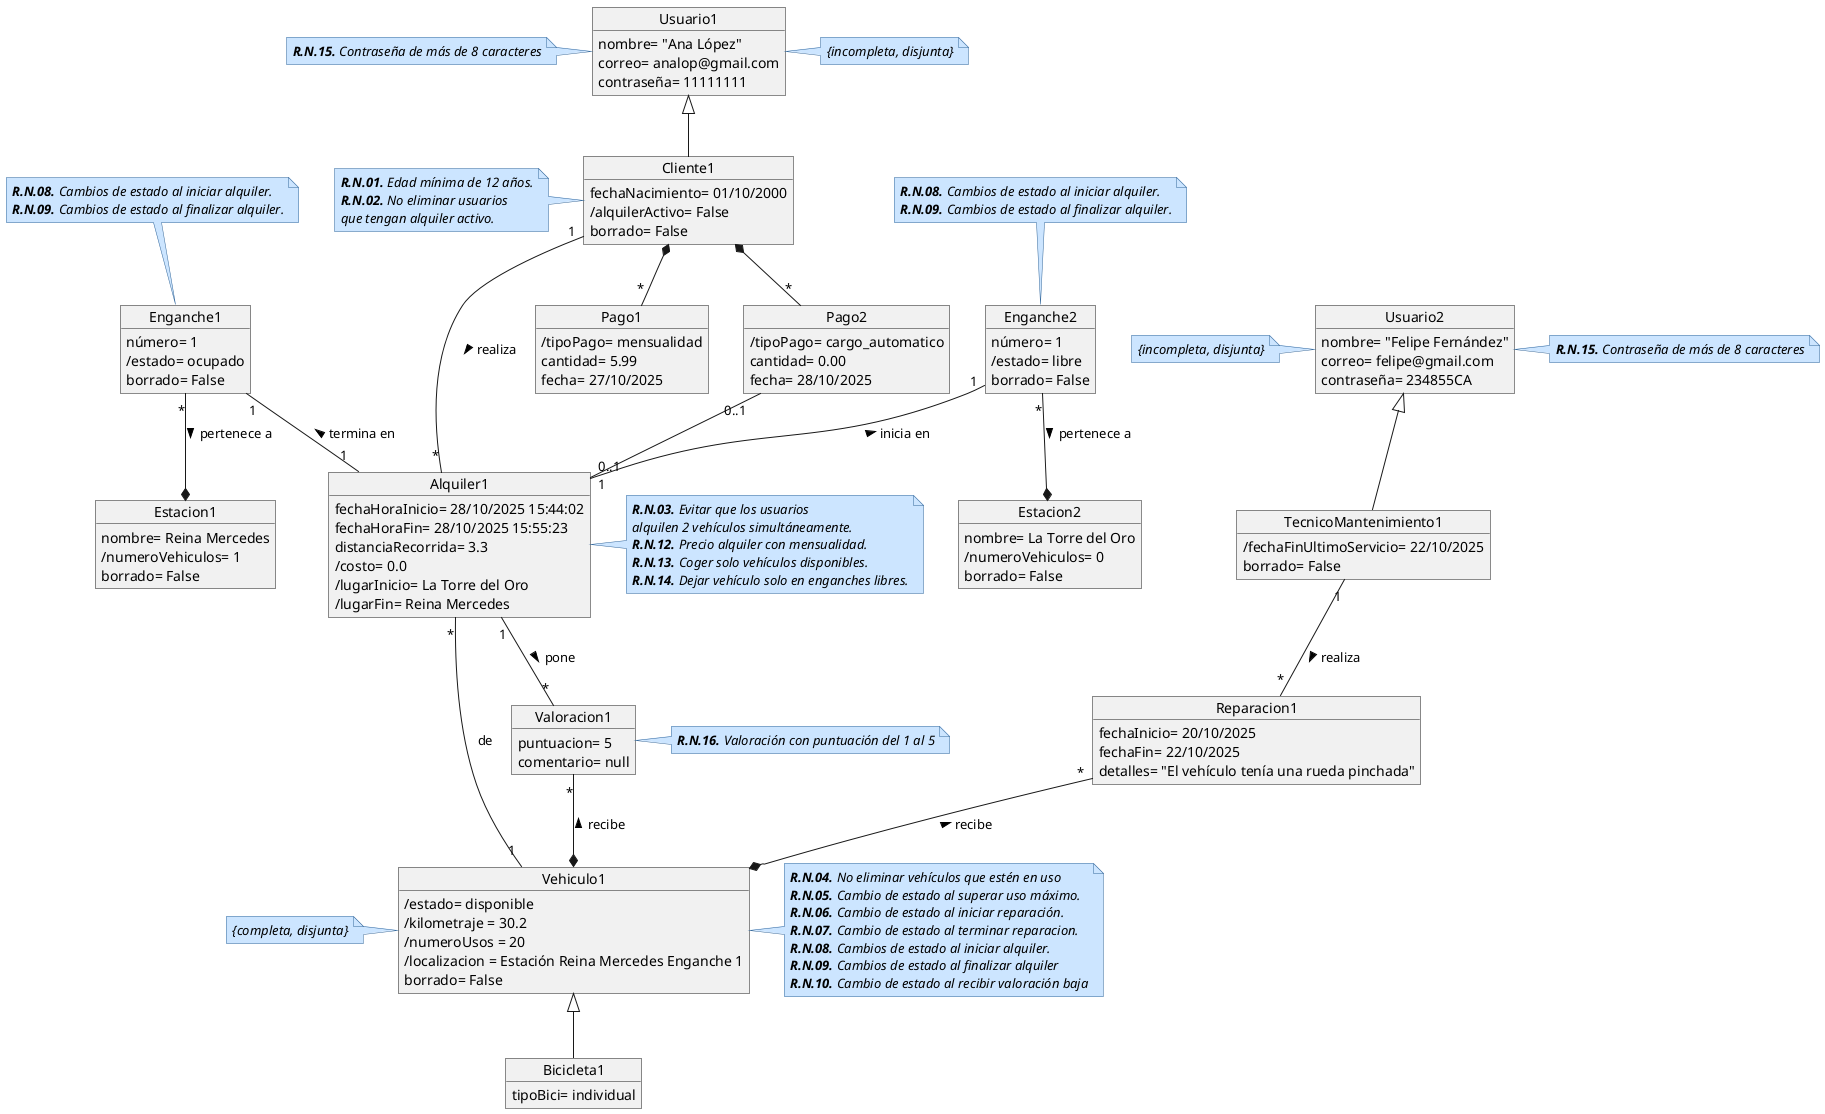
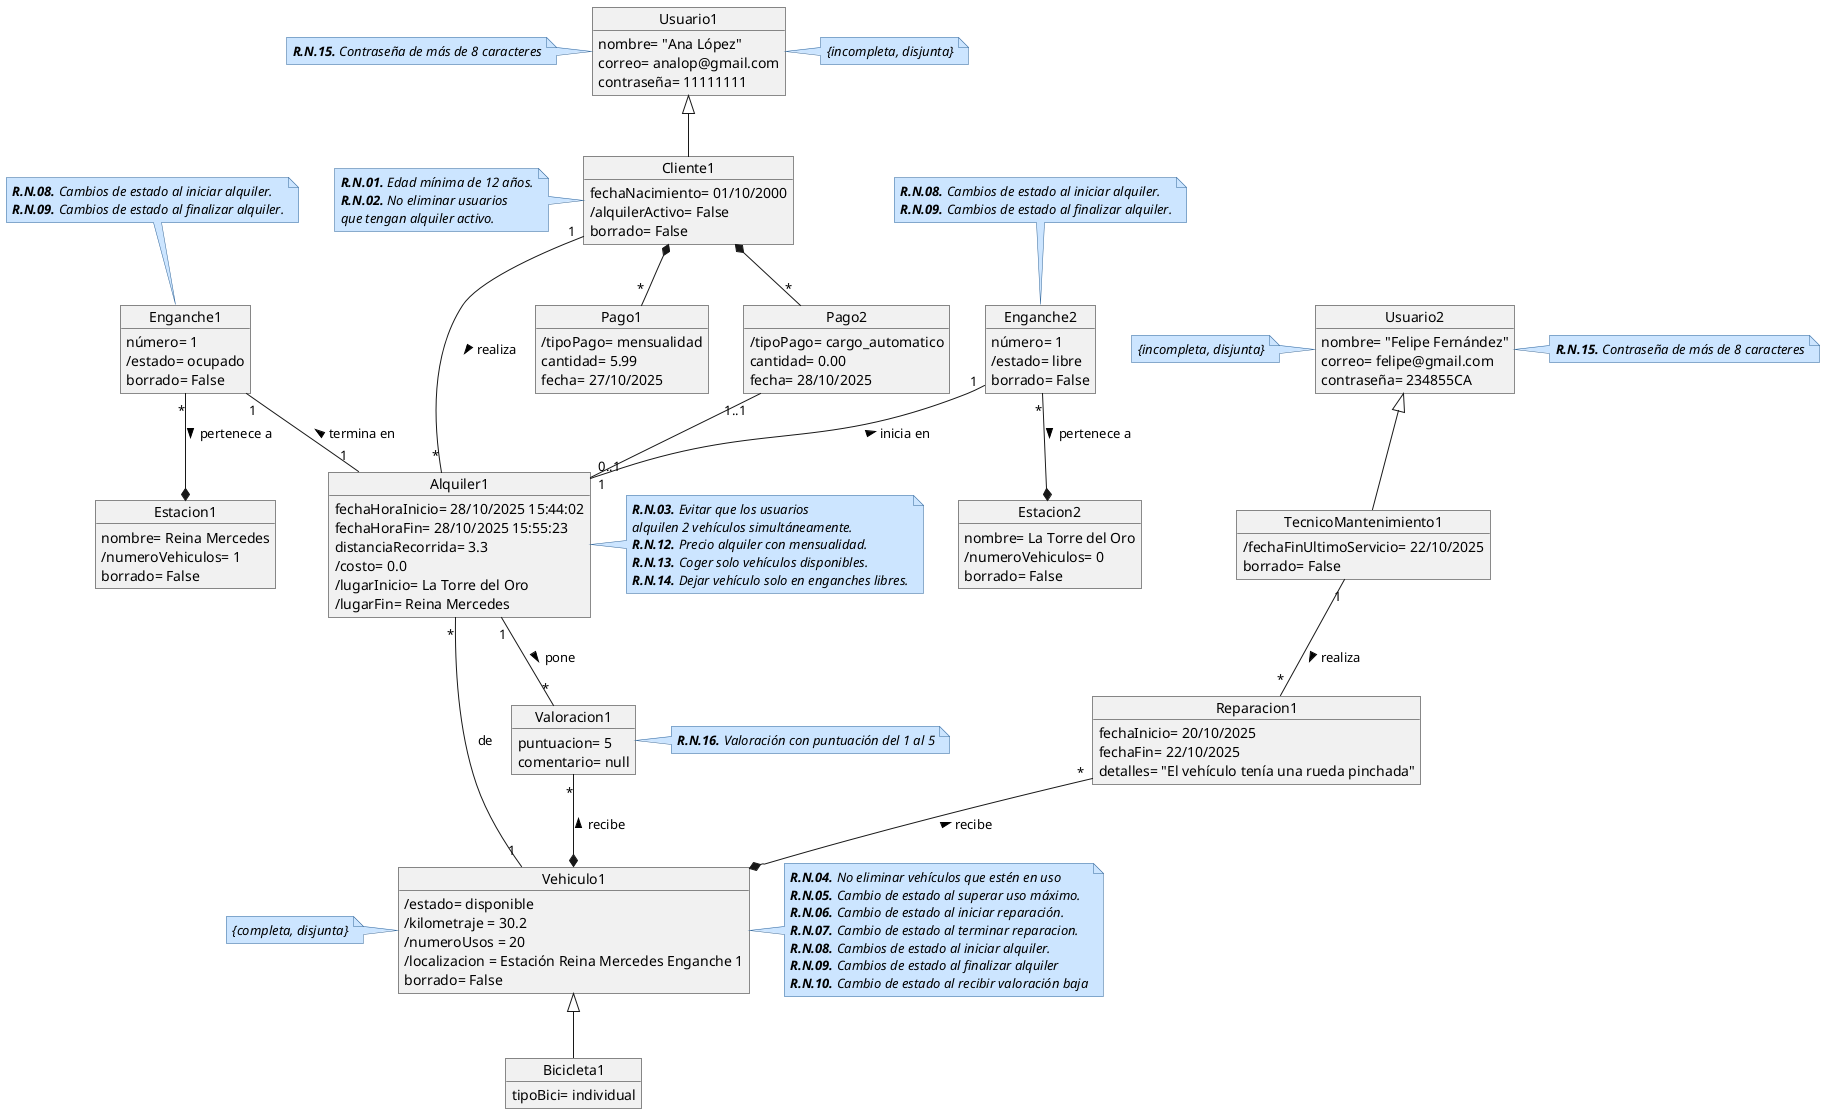
@startuml DiagramaClases

skinparam note {
  BackgroundColor #cce5ff
  BorderColor #336699
  FontStyle italic
}

object Usuario1 {
    nombre= "Ana López"
    correo= analop@gmail.com
    contraseña= 11111111
}
note right: {incompleta, disjunta}
note left of Usuario1
'''
**R.N.15.** Contraseña de más de 8 caracteres
'''
end note

object Usuario2 {
    nombre= "Felipe Fernández"
    correo= felipe@gmail.com
    contraseña= 234855CA
}
note left: {incompleta, disjunta}
note right of Usuario2
'''
**R.N.15.** Contraseña de más de 8 caracteres
'''
end note


object Cliente1 {
    fechaNacimiento= 01/10/2000
    /alquilerActivo= False
    borrado= False
}
note left
'''
**R.N.01.** Edad mínima de 12 años.
**R.N.02.** No eliminar usuarios
que tengan alquiler activo.
'''
end note

object Pago1 {
    /tipoPago= mensualidad
    cantidad= 5.99
    fecha= 27/10/2025
}

object Pago2 {
    /tipoPago= cargo_automatico
    cantidad= 0.00
    fecha= 28/10/2025
}
'Tipo pago puede ser o mensual o individual


object TecnicoMantenimiento1 {
    /fechaFinUltimoServicio= 22/10/2025
    borrado= False
}

object Reparacion1 {
    fechaInicio= 20/10/2025
    fechaFin= 22/10/2025
    detalles= "El vehículo tenía una rueda pinchada"
}



object Valoracion1 {
    puntuacion= 5
    comentario= null
}
note right
'''
**R.N.16.** Valoración con puntuación del 1 al 5
'''
end note

/'
La distancia recorrida la cuenta el vehículo con un
medidor incorporado y solo se registra cuando termina el recorrido.
Por eso mismo no es derivada de lugar inicio o fin, porque si no si acabas
en el mismo sitio la distancia recorrida sería 0.
'/
object Alquiler1 {
    fechaHoraInicio= 28/10/2025 15:44:02
    fechaHoraFin= 28/10/2025 15:55:23
    distanciaRecorrida= 3.3
    /costo= 0.0
    /lugarInicio= La Torre del Oro
    /lugarFin= Reina Mercedes
}
note right
'''
**R.N.03.** Evitar que los usuarios
alquilen 2 vehículos simultáneamente.
**R.N.12.** Precio alquiler con mensualidad.
**R.N.13.** Coger solo vehículos disponibles.
**R.N.14.** Dejar vehículo solo en enganches libres.
'''
end note

/'
La localización del vehículo se muestra cuando se guarda el vehículo.
No se guarda localización por GPS.
'/
object Vehiculo1 {
    /estado= disponible
    /kilometraje = 30.2
    /numeroUsos = 20
    /localizacion = Estación Reina Mercedes Enganche 1
    borrado= False
}
note right
'''
**R.N.04.** No eliminar vehículos que estén en uso
**R.N.05.** Cambio de estado al superar uso máximo.
**R.N.06.** Cambio de estado al iniciar reparación.
**R.N.07.** Cambio de estado al terminar reparacion.
**R.N.08.** Cambios de estado al iniciar alquiler.
**R.N.09.** Cambios de estado al finalizar alquiler
**R.N.10.** Cambio de estado al recibir valoración baja
'''
end note
note left of Vehiculo1: {completa, disjunta}


object Estacion1 {
    nombre= Reina Mercedes
    /numeroVehiculos= 1
    borrado= False
}

object Enganche1 {
    número= 1
    /estado= ocupado
    borrado= False
}
note top
'''
 **R.N.08.** Cambios de estado al iniciar alquiler.
 **R.N.09.** Cambios de estado al finalizar alquiler.
'''
end note

object Estacion2 {
    nombre= La Torre del Oro
    /numeroVehiculos= 0
    borrado= False
}

object Enganche2 {
    número= 1
    /estado= libre
    borrado= False
}
note top
'''
 **R.N.08.** Cambios de estado al iniciar alquiler.
 **R.N.09.** Cambios de estado al finalizar alquiler.
'''
end note

object Bicicleta1 {
    tipoBici= individual
}


Usuario1 <|-- Cliente1
Usuario2 <|-- TecnicoMantenimiento1

Enganche1 "*"--* Estacion1 : pertenece a >
Enganche2 "*"--* Estacion2 : pertenece a >

'Relación directa valoraciones'
Alquiler1 "1"--"*" Valoracion1 : pone >
Valoracion1 "*"--* Vehiculo1 : recibe <

TecnicoMantenimiento1 "1"--"*" Reparacion1 : realiza >
Reparacion1 "*"--* Vehiculo1 : recibe <

Enganche1 "1" --"1" Alquiler1: termina en <
Enganche2 "1" --"1" Alquiler1: inicia en <



'Relacion de Alquileres'
Cliente1 "1"--"*"  Alquiler1: realiza >

Alquiler1 "*"--"1" Vehiculo1: de

'Relacion Pago'
Cliente1 *--"*" Pago1
Cliente1 *--"*" Pago2
- Pago2 "0..1"--"0..1" Alquiler1
+ Pago2 "1..1"--"0..1" Alquiler1

Vehiculo1 <|-- Bicicleta1


@enduml